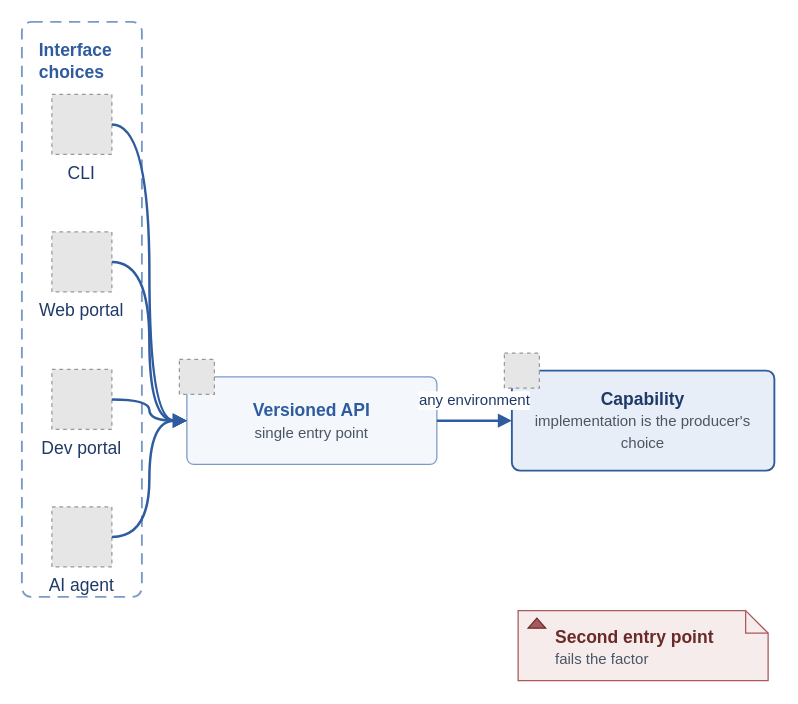
The draw.io diagram diagrams/factor-1-defined-contract.drawio in missBerg/platform-capabilities, before the edit. Source tidied: cells renumbered, new cells numbered last; positions are measured from the earlier drawing's top-left corner, leaving out a move shared by most shapes. Both pictures are drawn from the tidied source at 125%, with x=0, y=0 at pixel (21, 21). Pictures stored in the file or linked from it are replaced by grey dashed boxes.
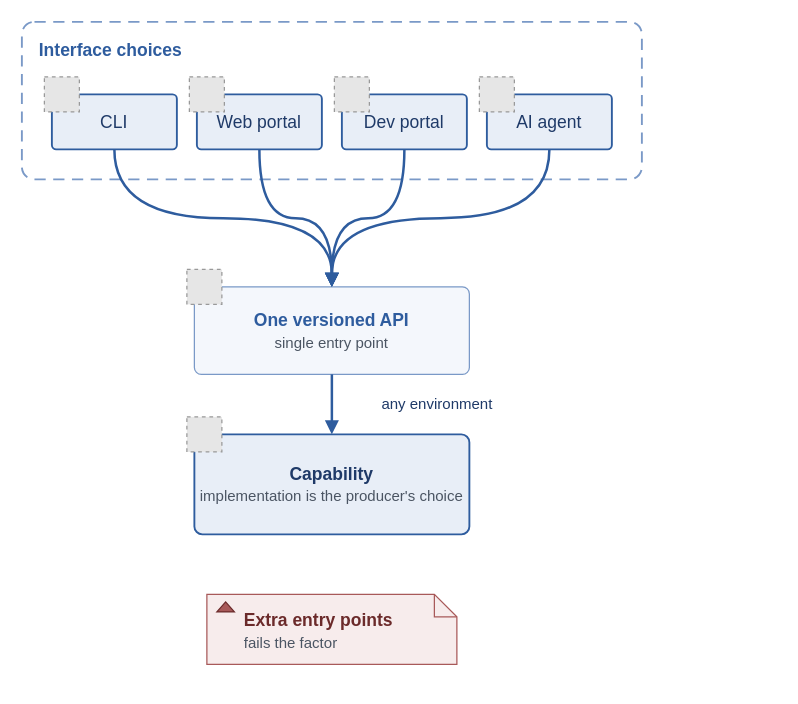
After the change.

Change to the diagram source:
```diff
@@
     <mxCell id="2" value="&lt;b&gt;Interface choices&lt;/b&gt;" style="rounded=1;whiteSpace=wrap;html=1;arcSize=8;fillColor=none;strokeColor=#7A99C7;strokeWidth=1.5;fontColor=#2E5C9E;fontFamily=Helvetica;fontSize=14;align=left;verticalAlign=top;dashed=1;dashPattern=6 4;spacingLeft=12;spacingTop=8;shadow=0;" parent="1" vertex="1">
-      <mxGeometry width="96" height="460" as="geometry" />
+      <mxGeometry width="496" height="126" as="geometry" />
     </mxCell>
-    <mxCell id="3" value="CLI" style="fillColor=#E6E6E6;strokeColor=#999999;dashed=1;verticalLabelPosition=bottom;verticalAlign=top;align=center;fontFamily=Helvetica;fontSize=14;fontColor=#1F3A68;" parent="1" vertex="1">
-      <mxGeometry x="24" y="58" width="48" height="48" as="geometry" />
+    <mxCell id="3" value="CLI" style="rounded=1;whiteSpace=wrap;html=1;arcSize=8;fillColor=#E8EEF7;strokeColor=#2E5C9E;strokeWidth=1.5;fontColor=#1F3A68;fontFamily=Helvetica;fontSize=14;align=center;verticalAlign=middle;shadow=0;" parent="1" vertex="1">
+      <mxGeometry x="24" y="58" width="100" height="44" as="geometry" />
     </mxCell>
+    <mxCell id="18" style="fillColor=#E6E6E6;strokeColor=#999999;dashed=1;verticalLabelPosition=bottom;verticalAlign=top;align=center;fontFamily=Helvetica;fontSize=14;fontColor=#1F3A68;" parent="1" vertex="1">
+      <mxGeometry x="18" y="44" width="28" height="28" as="geometry" />
+    </mxCell>
-    <mxCell id="4" value="Web portal" style="fillColor=#E6E6E6;strokeColor=#999999;dashed=1;verticalLabelPosition=bottom;verticalAlign=top;align=center;fontFamily=Helvetica;fontSize=14;fontColor=#1F3A68;" parent="1" vertex="1">
-      <mxGeometry x="24" y="168" width="48" height="48" as="geometry" />
+    <mxCell id="4" value="Web portal" style="rounded=1;whiteSpace=wrap;html=1;arcSize=8;fillColor=#E8EEF7;strokeColor=#2E5C9E;strokeWidth=1.5;fontColor=#1F3A68;fontFamily=Helvetica;fontSize=14;align=center;verticalAlign=middle;shadow=0;" parent="1" vertex="1">
+      <mxGeometry x="140" y="58" width="100" height="44" as="geometry" />
     </mxCell>
+    <mxCell id="19" style="fillColor=#E6E6E6;strokeColor=#999999;dashed=1;verticalLabelPosition=bottom;verticalAlign=top;align=center;fontFamily=Helvetica;fontSize=14;fontColor=#1F3A68;" parent="1" vertex="1">
+      <mxGeometry x="134" y="44" width="28" height="28" as="geometry" />
+    </mxCell>
-    <mxCell id="5" value="Dev portal" style="fillColor=#E6E6E6;strokeColor=#999999;dashed=1;verticalLabelPosition=bottom;verticalAlign=top;align=center;fontFamily=Helvetica;fontSize=14;fontColor=#1F3A68;" parent="1" vertex="1">
-      <mxGeometry x="24" y="278" width="48" height="48" as="geometry" />
+    <mxCell id="5" value="Dev portal" style="rounded=1;whiteSpace=wrap;html=1;arcSize=8;fillColor=#E8EEF7;strokeColor=#2E5C9E;strokeWidth=1.5;fontColor=#1F3A68;fontFamily=Helvetica;fontSize=14;align=center;verticalAlign=middle;shadow=0;" parent="1" vertex="1">
+      <mxGeometry x="256" y="58" width="100" height="44" as="geometry" />
     </mxCell>
+    <mxCell id="20" style="fillColor=#E6E6E6;strokeColor=#999999;dashed=1;verticalLabelPosition=bottom;verticalAlign=top;align=center;fontFamily=Helvetica;fontSize=14;fontColor=#1F3A68;" parent="1" vertex="1">
+      <mxGeometry x="250" y="44" width="28" height="28" as="geometry" />
+    </mxCell>
-    <mxCell id="6" value="AI agent" style="fillColor=#E6E6E6;strokeColor=#999999;dashed=1;verticalLabelPosition=bottom;verticalAlign=top;align=center;fontFamily=Helvetica;fontSize=14;fontColor=#1F3A68;" parent="1" vertex="1">
-      <mxGeometry x="24" y="388" width="48" height="48" as="geometry" />
+    <mxCell id="6" value="AI agent" style="rounded=1;whiteSpace=wrap;html=1;arcSize=8;fillColor=#E8EEF7;strokeColor=#2E5C9E;strokeWidth=1.5;fontColor=#1F3A68;fontFamily=Helvetica;fontSize=14;align=center;verticalAlign=middle;shadow=0;" parent="1" vertex="1">
+      <mxGeometry x="372" y="58" width="100" height="44" as="geometry" />
     </mxCell>
+    <mxCell id="21" style="fillColor=#E6E6E6;strokeColor=#999999;dashed=1;verticalLabelPosition=bottom;verticalAlign=top;align=center;fontFamily=Helvetica;fontSize=14;fontColor=#1F3A68;" parent="1" vertex="1">
+      <mxGeometry x="366" y="44" width="28" height="28" as="geometry" />
+    </mxCell>
-    <mxCell id="7" value="&lt;b&gt;Versioned API&lt;/b&gt;&lt;br&gt;&lt;font style=&quot;font-size: 12px&quot; color=&quot;#4B5563&quot;&gt;single entry point&lt;/font&gt;" style="rounded=1;whiteSpace=wrap;html=1;arcSize=8;fillColor=#F4F7FC;strokeColor=#7A99C7;strokeWidth=1;fontColor=#2E5C9E;fontFamily=Helvetica;fontSize=14;align=center;verticalAlign=middle;shadow=0;" parent="1" vertex="1">
-      <mxGeometry x="132" y="284" width="200" height="70" as="geometry" />
+    <mxCell id="7" value="&lt;b&gt;One versioned API&lt;/b&gt;&lt;br&gt;&lt;font style=&quot;font-size: 12px&quot; color=&quot;#4B5563&quot;&gt;single entry point&lt;/font&gt;" style="rounded=1;whiteSpace=wrap;html=1;arcSize=8;fillColor=#F4F7FC;strokeColor=#7A99C7;strokeWidth=1;fontColor=#2E5C9E;fontFamily=Helvetica;fontSize=14;align=center;verticalAlign=middle;shadow=0;" parent="1" vertex="1">
+      <mxGeometry x="138" y="212" width="220" height="70" as="geometry" />
     </mxCell>
     <mxCell id="8" style="fillColor=#E6E6E6;strokeColor=#999999;dashed=1;verticalLabelPosition=bottom;verticalAlign=top;align=center;fontFamily=Helvetica;fontSize=14;fontColor=#1F3A68;" parent="1" vertex="1">
-      <mxGeometry x="126" y="270" width="28" height="28" as="geometry" />
+      <mxGeometry x="132" y="198" width="28" height="28" as="geometry" />
     </mxCell>
     <mxCell id="9" value="&lt;b&gt;Capability&lt;/b&gt;&lt;br&gt;&lt;font style=&quot;font-size: 12px&quot; color=&quot;#4B5563&quot;&gt;implementation is the producer&amp;#x27;s choice&lt;/font&gt;" style="rounded=1;whiteSpace=wrap;html=1;arcSize=8;fillColor=#E8EEF7;strokeColor=#2E5C9E;strokeWidth=1.5;fontColor=#1F3A68;fontFamily=Helvetica;fontSize=14;align=center;verticalAlign=middle;shadow=0;" parent="1" vertex="1">
-      <mxGeometry x="392" y="279" width="210" height="80" as="geometry" />
+      <mxGeometry x="138" y="330" width="220" height="80" as="geometry" />
     </mxCell>
     <mxCell id="10" style="fillColor=#E6E6E6;strokeColor=#999999;dashed=1;verticalLabelPosition=bottom;verticalAlign=top;align=center;fontFamily=Helvetica;fontSize=14;fontColor=#1F3A68;" parent="1" vertex="1">
-      <mxGeometry x="386" y="265" width="28" height="28" as="geometry" />
+      <mxGeometry x="132" y="316" width="28" height="28" as="geometry" />
     </mxCell>
-    <mxCell id="11" value="&lt;b&gt;Second entry point&lt;/b&gt;&lt;br&gt;&lt;font style=&quot;font-size: 12px&quot; color=&quot;#4B5563&quot;&gt;fails the factor&lt;/font&gt;" style="shape=note;whiteSpace=wrap;html=1;backgroundOutline=1;fillColor=#F7ECEC;strokeColor=#A85959;strokeWidth=1;fontColor=#6B2A2A;fontFamily=Helvetica;fontSize=14;align=left;verticalAlign=top;spacingLeft=28;spacingTop=6;spacingRight=8;shadow=0;size=18;" parent="1" vertex="1">
-      <mxGeometry x="397" y="471" width="200" height="56" as="geometry" />
+    <mxCell id="11" value="&lt;b&gt;Extra entry points&lt;/b&gt;&lt;br&gt;&lt;font style=&quot;font-size: 12px&quot; color=&quot;#4B5563&quot;&gt;fails the factor&lt;/font&gt;" style="shape=note;whiteSpace=wrap;html=1;backgroundOutline=1;fillColor=#F7ECEC;strokeColor=#A85959;strokeWidth=1;fontColor=#6B2A2A;fontFamily=Helvetica;fontSize=14;align=left;verticalAlign=top;spacingLeft=28;spacingTop=6;spacingRight=8;shadow=0;size=18;" parent="1" vertex="1">
+      <mxGeometry x="148" y="458" width="200" height="56" as="geometry" />
     </mxCell>
     <mxCell id="12" style="shape=triangle;direction=north;fillColor=#A85959;strokeColor=#6B2A2A;html=1;shadow=0;" parent="1" vertex="1">
-      <mxGeometry x="405" y="477" width="14" height="8" as="geometry" />
+      <mxGeometry x="156" y="464" width="14" height="8" as="geometry" />
     </mxCell>
-    <mxCell id="13" style="edgeStyle=orthogonalEdgeStyle;endArrow=block;html=1;rounded=0;strokeColor=#2E5C9E;strokeWidth=2;fontColor=#1F3A68;fontFamily=Helvetica;fontSize=12;endFill=1;curved=1;exitX=1;exitY=0.5;exitDx=0;exitDy=0;entryX=0;entryY=0.5;entryDx=0;entryDy=0;" parent="1" edge="1" source="3" target="7">
+    <mxCell id="13" style="edgeStyle=orthogonalEdgeStyle;endArrow=block;html=1;rounded=0;strokeColor=#2E5C9E;strokeWidth=2;fontColor=#1F3A68;fontFamily=Helvetica;fontSize=12;endFill=1;curved=1;exitX=0.5;exitY=1;exitDx=0;exitDy=0;entryX=0.5;entryY=0;entryDx=0;entryDy=0;" parent="1" edge="1" source="3" target="7">
       <mxGeometry relative="1" as="geometry" />
     </mxCell>
-    <mxCell id="14" style="edgeStyle=orthogonalEdgeStyle;endArrow=block;html=1;rounded=0;strokeColor=#2E5C9E;strokeWidth=2;fontColor=#1F3A68;fontFamily=Helvetica;fontSize=12;endFill=1;curved=1;exitX=1;exitY=0.5;exitDx=0;exitDy=0;entryX=0;entryY=0.5;entryDx=0;entryDy=0;" parent="1" edge="1" source="4" target="7">
+    <mxCell id="14" style="edgeStyle=orthogonalEdgeStyle;endArrow=block;html=1;rounded=0;strokeColor=#2E5C9E;strokeWidth=2;fontColor=#1F3A68;fontFamily=Helvetica;fontSize=12;endFill=1;curved=1;exitX=0.5;exitY=1;exitDx=0;exitDy=0;entryX=0.5;entryY=0;entryDx=0;entryDy=0;" parent="1" edge="1" source="4" target="7">
       <mxGeometry relative="1" as="geometry" />
     </mxCell>
-    <mxCell id="15" style="edgeStyle=orthogonalEdgeStyle;endArrow=block;html=1;rounded=0;strokeColor=#2E5C9E;strokeWidth=2;fontColor=#1F3A68;fontFamily=Helvetica;fontSize=12;endFill=1;curved=1;exitX=1;exitY=0.5;exitDx=0;exitDy=0;entryX=0;entryY=0.5;entryDx=0;entryDy=0;" parent="1" edge="1" source="5" target="7">
+    <mxCell id="15" style="edgeStyle=orthogonalEdgeStyle;endArrow=block;html=1;rounded=0;strokeColor=#2E5C9E;strokeWidth=2;fontColor=#1F3A68;fontFamily=Helvetica;fontSize=12;endFill=1;curved=1;exitX=0.5;exitY=1;exitDx=0;exitDy=0;entryX=0.5;entryY=0;entryDx=0;entryDy=0;" parent="1" edge="1" source="5" target="7">
       <mxGeometry relative="1" as="geometry" />
     </mxCell>
-    <mxCell id="16" style="edgeStyle=orthogonalEdgeStyle;endArrow=block;html=1;rounded=0;strokeColor=#2E5C9E;strokeWidth=2;fontColor=#1F3A68;fontFamily=Helvetica;fontSize=12;endFill=1;curved=1;exitX=1;exitY=0.5;exitDx=0;exitDy=0;entryX=0;entryY=0.5;entryDx=0;entryDy=0;" parent="1" edge="1" source="6" target="7">
+    <mxCell id="16" style="edgeStyle=orthogonalEdgeStyle;endArrow=block;html=1;rounded=0;strokeColor=#2E5C9E;strokeWidth=2;fontColor=#1F3A68;fontFamily=Helvetica;fontSize=12;endFill=1;curved=1;exitX=0.5;exitY=1;exitDx=0;exitDy=0;entryX=0.5;entryY=0;entryDx=0;entryDy=0;" parent="1" edge="1" source="6" target="7">
       <mxGeometry relative="1" as="geometry" />
     </mxCell>
-    <mxCell id="17" value="any environment" style="edgeStyle=orthogonalEdgeStyle;endArrow=block;html=1;rounded=0;strokeColor=#2E5C9E;strokeWidth=2;fontColor=#1F3A68;fontFamily=Helvetica;fontSize=12;endFill=1;curved=1;exitX=1;exitY=0.5;exitDx=0;exitDy=0;entryX=0;entryY=0.5;entryDx=0;entryDy=0;" parent="1" edge="1" source="7" target="9">
+    <mxCell id="17" value="any environment" style="edgeStyle=orthogonalEdgeStyle;endArrow=block;html=1;rounded=0;strokeColor=#2E5C9E;strokeWidth=2;fontColor=#1F3A68;fontFamily=Helvetica;fontSize=12;endFill=1;curved=1;exitX=0.5;exitY=1;exitDx=0;exitDy=0;entryX=0.5;entryY=0;entryDx=0;entryDy=0;" parent="1" edge="1" source="7" target="9">
       <mxGeometry relative="1" as="geometry">
-        <mxPoint y="-16" as="offset" />
+        <mxPoint x="84" as="offset" />
       </mxGeometry>
     </mxCell>
```
